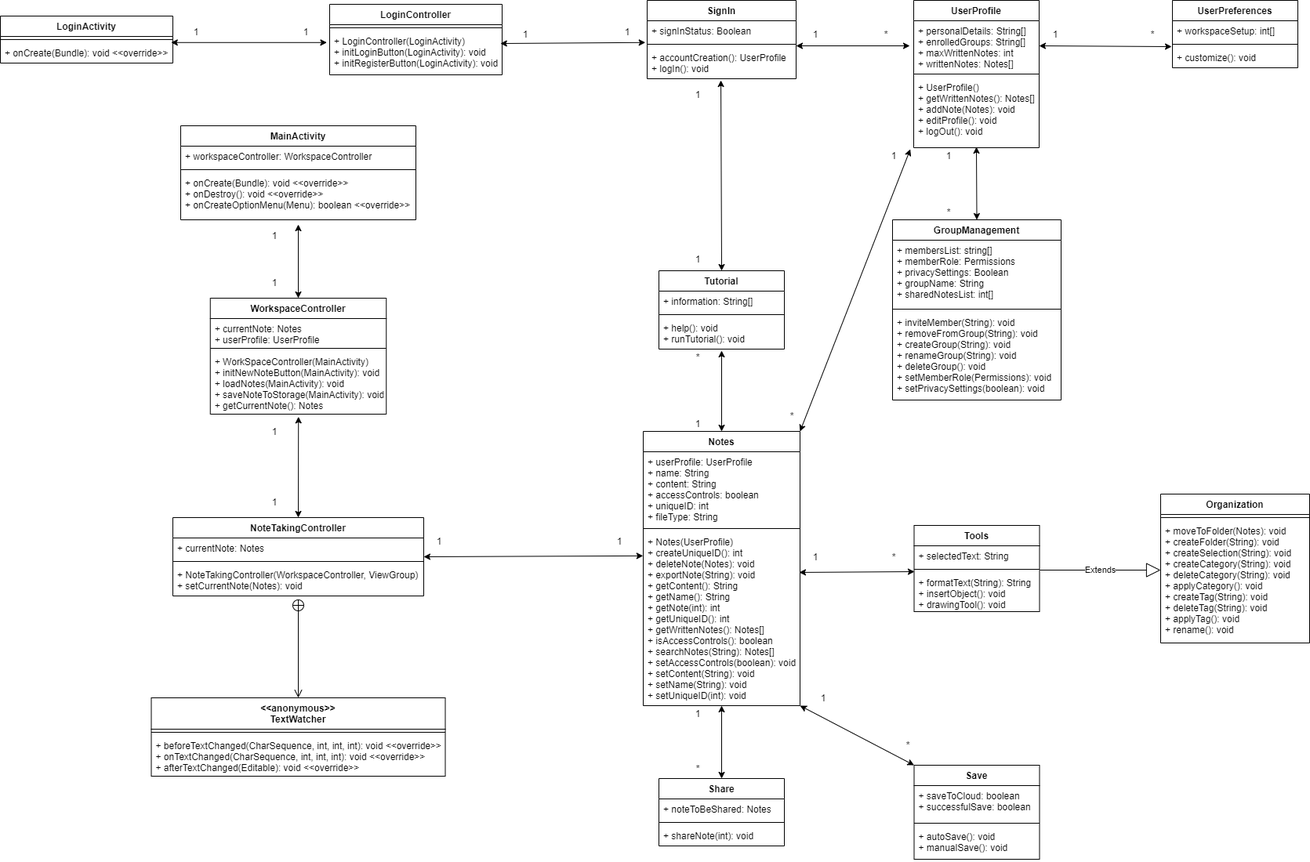
This is documentation/images/Deliverable_5_Design_UML_Diagram.png from CS386-Group-4/LumberjackNotes, a draw.io export, as it was before one commit. Source tidied: cells renumbered, new cells last; positions are measured from the earlier drawing's top-left corner, leaving out a move shared by most shapes.
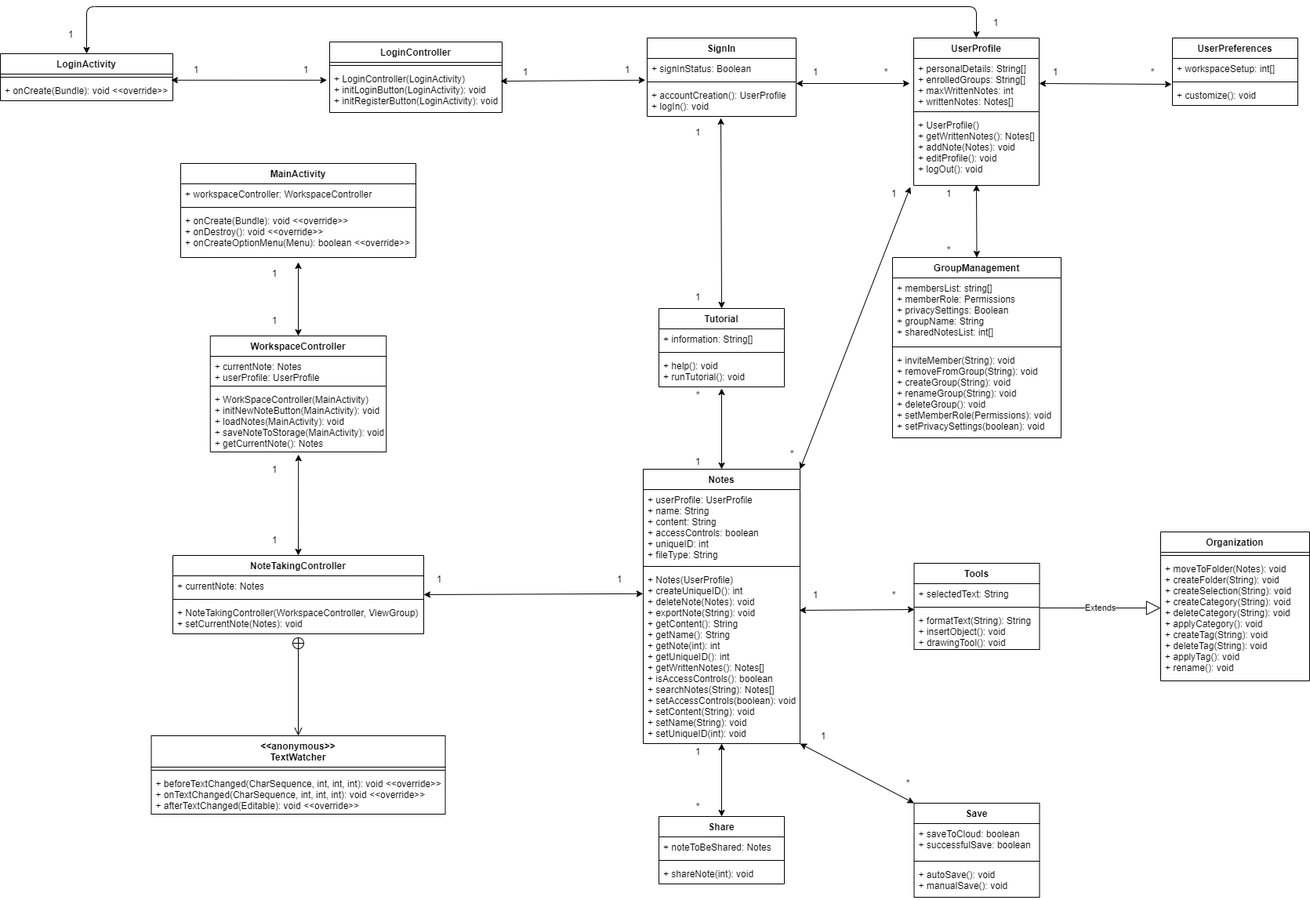
The same file after the commit.

Commit message:
Added relationship between LoginActivity and UserProfile to UML Diagram for Design.md

Diff of the diagram source:
```diff
@@ -323,5 +323,19 @@
     <mxCell id="105" value="1" style="text;html=1;strokeColor=none;fillColor=none;align=center;verticalAlign=middle;whiteSpace=wrap;rounded=0;" parent="1" vertex="1">
       <mxGeometry x="1120" y="188" width="40" height="20" as="geometry" />
     </mxCell>
+    <mxCell id="106" style="endArrow=classic;startArrow=classic;html=1;exitX=0.5;exitY=0;exitDx=0;exitDy=0;entryX=0.5;entryY=0;entryDx=0;entryDy=0;" parent="1" edge="1" source="77" target="33">
+      <mxGeometry relative="1" as="geometry">
+        <Array as="points">
+          <mxPoint x="110" y="-40" />
+          <mxPoint x="1245" y="-40" />
+        </Array>
+      </mxGeometry>
+    </mxCell>
+    <mxCell id="107" value="1" style="text;html=1;strokeColor=none;fillColor=none;align=center;verticalAlign=middle;whiteSpace=wrap;rounded=0;" parent="1" vertex="1">
+      <mxGeometry x="70" y="-15" width="40" height="20" as="geometry" />
+    </mxCell>
+    <mxCell id="108" value="1" style="text;html=1;strokeColor=none;fillColor=none;align=center;verticalAlign=middle;whiteSpace=wrap;rounded=0;" parent="1" vertex="1">
+      <mxGeometry x="1250" y="-30" width="40" height="20" as="geometry" />
+    </mxCell>
   </root>
 </mxGraphModel>
```
